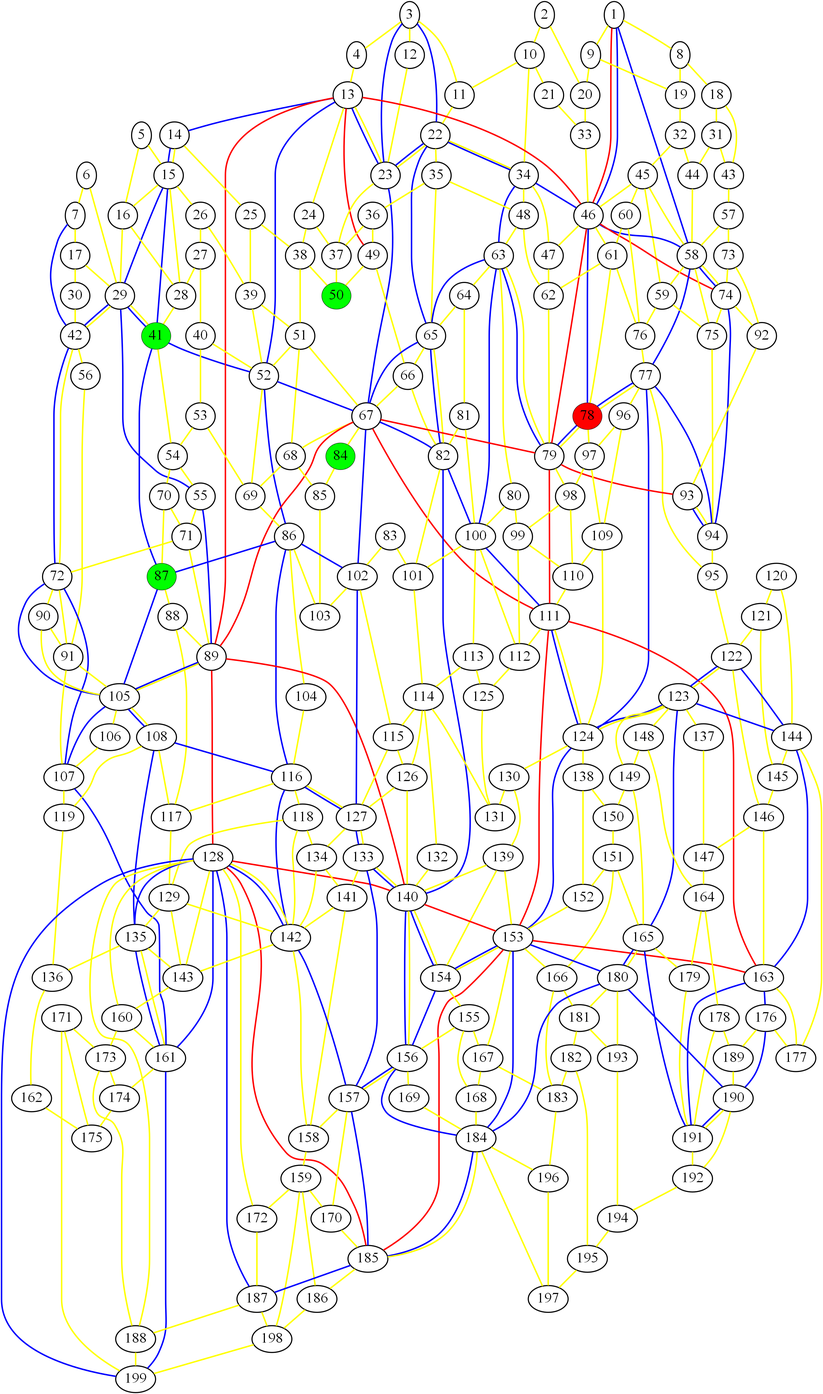
The Graphviz diagram graph_3.png in ed-churchill/complex-systems-project, before a commit. Its source is kept beside it as graph_3.gv.
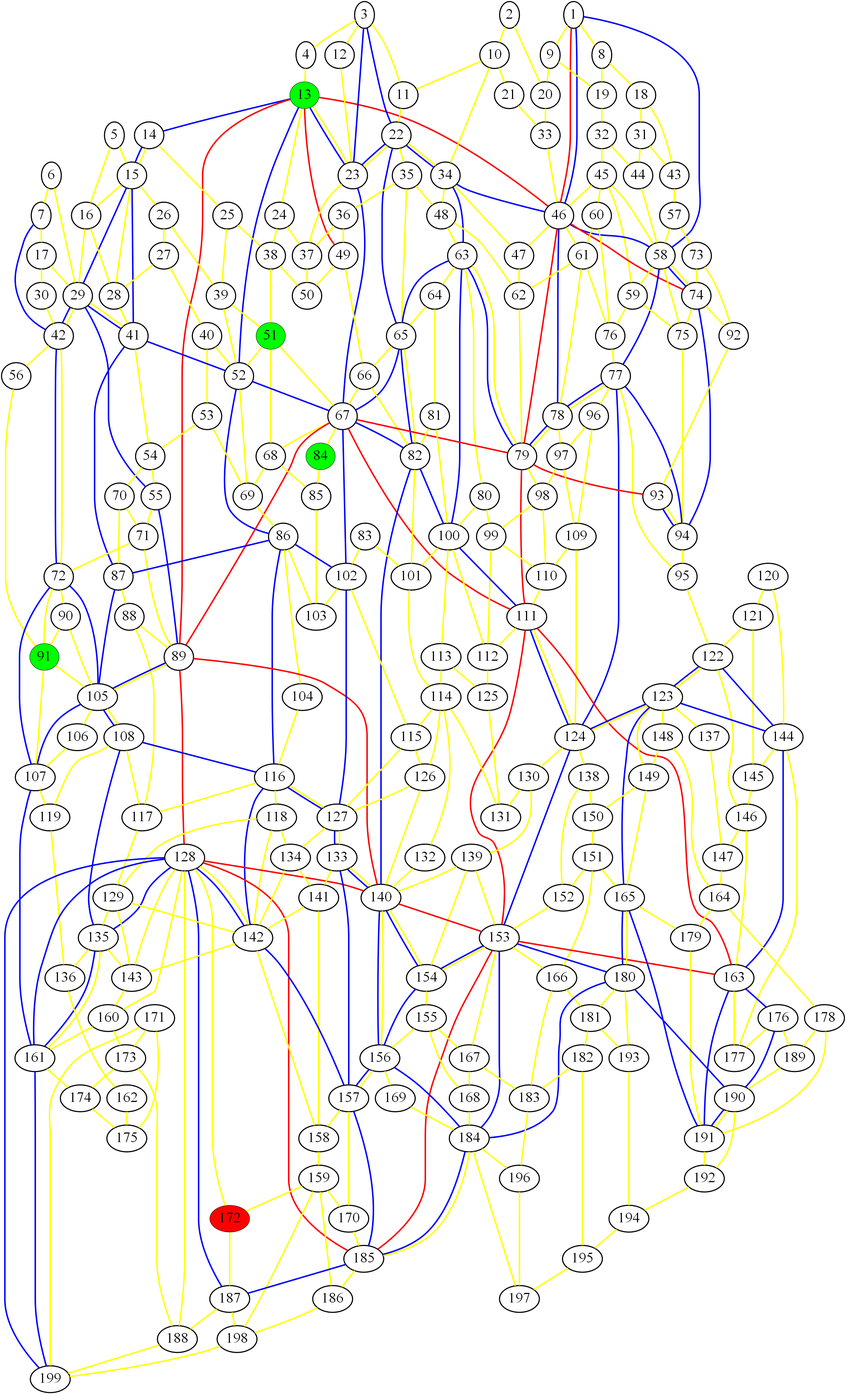
Later version of the same file.

The edit, as a diff of the source:
```diff
@@ -1,9 +1,9 @@
 graph london_graph {
-78 [fillcolor=red, fontsize=40, pendwidth=3, style=filled];
-87 [fillcolor=green, fontsize=40, pendwidth=3, style=filled];
-50 [fillcolor=green, fontsize=40, pendwidth=3, style=filled];
-41 [fillcolor=green, fontsize=40, pendwidth=3, style=filled];
+172 [fillcolor=red, fontsize=40, pendwidth=3, style=filled];
+91 [fillcolor=green, fontsize=40, pendwidth=3, style=filled];
+51 [fillcolor=green, fontsize=40, pendwidth=3, style=filled];
 84 [fillcolor=green, fontsize=40, pendwidth=3, style=filled];
+13 [fillcolor=green, fontsize=40, pendwidth=3, style=filled];
 1 [fontsize=40, penwidth=3];
 2 [fontsize=40, penwidth=3];
 3 [fontsize=40, penwidth=3];
@@ -16,7 +16,6 @@
 10 [fontsize=40, penwidth=3];
 11 [fontsize=40, penwidth=3];
 12 [fontsize=40, penwidth=3];
-13 [fontsize=40, penwidth=3];
 14 [fontsize=40, penwidth=3];
 15 [fontsize=40, penwidth=3];
 16 [fontsize=40, penwidth=3];
@@ -44,6 +43,7 @@
 38 [fontsize=40, penwidth=3];
 39 [fontsize=40, penwidth=3];
 40 [fontsize=40, penwidth=3];
+41 [fontsize=40, penwidth=3];
 42 [fontsize=40, penwidth=3];
 43 [fontsize=40, penwidth=3];
 44 [fontsize=40, penwidth=3];
@@ -52,7 +52,7 @@
 47 [fontsize=40, penwidth=3];
 48 [fontsize=40, penwidth=3];
 49 [fontsize=40, penwidth=3];
-51 [fontsize=40, penwidth=3];
+50 [fontsize=40, penwidth=3];
 52 [fontsize=40, penwidth=3];
 53 [fontsize=40, penwidth=3];
 54 [fontsize=40, penwidth=3];
@@ -79,6 +79,7 @@
 75 [fontsize=40, penwidth=3];
 76 [fontsize=40, penwidth=3];
 77 [fontsize=40, penwidth=3];
+78 [fontsize=40, penwidth=3];
 79 [fontsize=40, penwidth=3];
 80 [fontsize=40, penwidth=3];
 81 [fontsize=40, penwidth=3];
@@ -86,10 +87,10 @@
 83 [fontsize=40, penwidth=3];
 85 [fontsize=40, penwidth=3];
 86 [fontsize=40, penwidth=3];
+87 [fontsize=40, penwidth=3];
 88 [fontsize=40, penwidth=3];
 89 [fontsize=40, penwidth=3];
 90 [fontsize=40, penwidth=3];
-91 [fontsize=40, penwidth=3];
 92 [fontsize=40, penwidth=3];
 93 [fontsize=40, penwidth=3];
 94 [fontsize=40, penwidth=3];
@@ -170,7 +171,6 @@
 169 [fontsize=40, penwidth=3];
 170 [fontsize=40, penwidth=3];
 171 [fontsize=40, penwidth=3];
-172 [fontsize=40, penwidth=3];
 173 [fontsize=40, penwidth=3];
 174 [fontsize=40, penwidth=3];
 175 [fontsize=40, penwidth=3];
```
